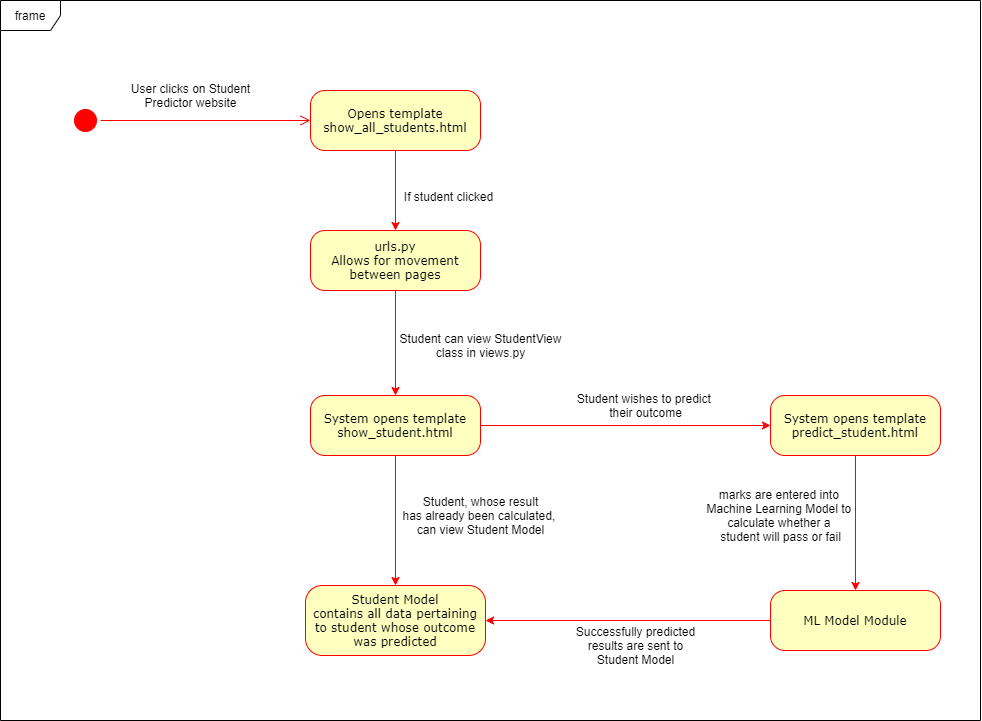
Earlier version of the draw.io export wiki/images/StateDiagram.png (NicMuir/Software_Design_Project-2020). Source tidied: cells renumbered, new cells last; positions are measured from the earlier drawing's top-left corner, leaving out a move shared by most shapes.
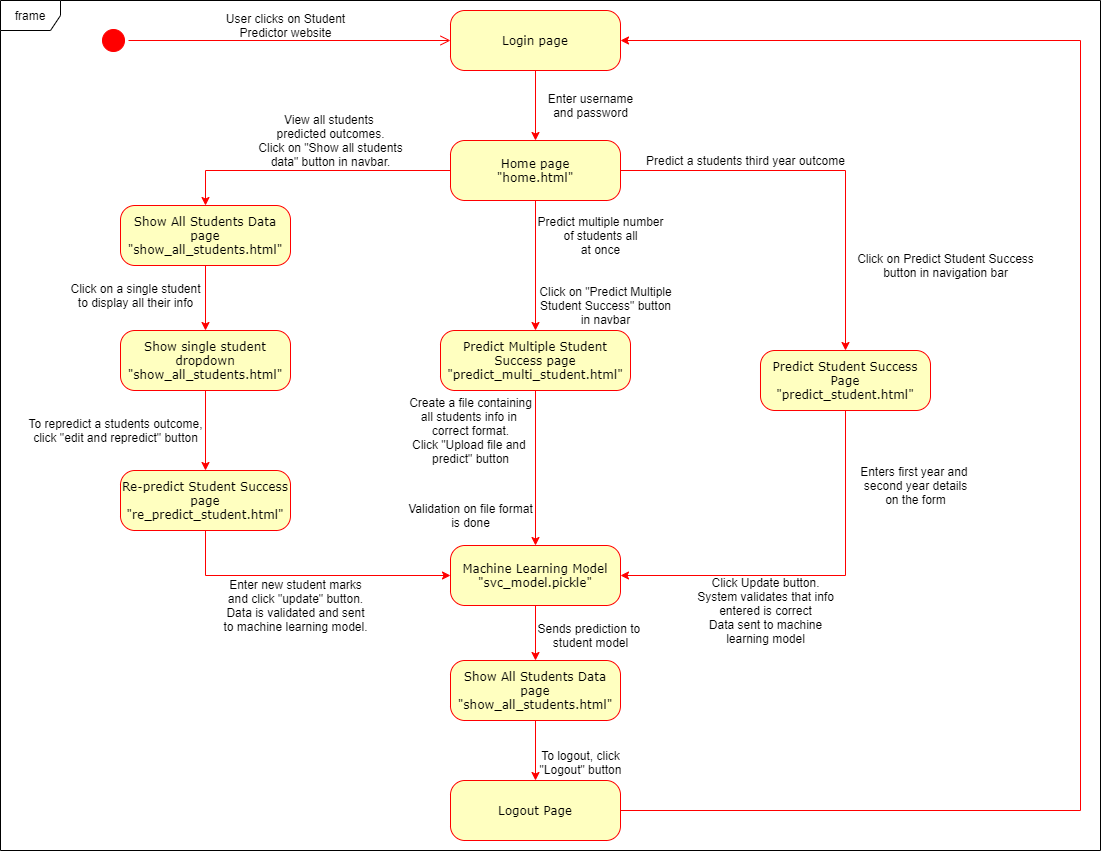
Above is the later version.

Change to the diagram source:
```diff
@@ -3,70 +3,132 @@
     <mxCell id="0" />
     <mxCell id="1" parent="0" />
     <mxCell id="2" style="ellipse;html=1;shape=startState;fillColor=#FF0000;strokeColor=#ff0000;rounded=1;shadow=0;comic=0;labelBackgroundColor=none;fontFamily=Verdana;fontSize=12;fontColor=#000000;align=center;direction=south;" parent="1" vertex="1">
-      <mxGeometry x="70" y="105" width="30" height="30" as="geometry" />
+      <mxGeometry x="38" y="-5" width="30" height="30" as="geometry" />
     </mxCell>
     <mxCell id="3" style="edgeStyle=orthogonalEdgeStyle;rounded=0;jettySize=auto;html=1;strokeColor=#FF0000;" parent="1" edge="1" source="4" target="7">
       <mxGeometry relative="1" as="geometry" />
     </mxCell>
-    <mxCell id="4" value="Opens template&lt;br&gt;show_all_students.html" style="rounded=1;whiteSpace=wrap;html=1;arcSize=24;fillColor=#ffffc0;strokeColor=#ff0000;shadow=0;comic=0;labelBackgroundColor=none;fontFamily=Verdana;fontSize=12;fontColor=#000000;align=center;" parent="1" vertex="1">
-      <mxGeometry x="310" y="90" width="170" height="60" as="geometry" />
+    <mxCell id="4" value="Login page" style="rounded=1;whiteSpace=wrap;html=1;arcSize=24;fillColor=#ffffc0;strokeColor=#ff0000;shadow=0;comic=0;labelBackgroundColor=none;fontFamily=Verdana;fontSize=12;fontColor=#000000;align=center;" parent="1" vertex="1">
+      <mxGeometry x="390" y="-20" width="170" height="60" as="geometry" />
     </mxCell>
-    <mxCell id="5" style="edgeStyle=orthogonalEdgeStyle;rounded=0;jettySize=auto;html=1;strokeColor=#FF0000;" parent="1" edge="1" source="7" target="13">
-      <mxGeometry relative="1" as="geometry" />
-    </mxCell>
-    <mxCell id="6" style="edgeStyle=orthogonalEdgeStyle;rounded=0;jettySize=auto;html=1;startArrow=none;startFill=0;strokeColor=#FF0000;entryX=0;entryY=0.5;entryDx=0;entryDy=0;exitX=1;exitY=0.5;exitDx=0;exitDy=0;" parent="1" edge="1" source="13" target="9">
-      <mxGeometry relative="1" as="geometry" />
-    </mxCell>
+    <mxCell id="24" style="edgeStyle=orthogonalEdgeStyle;rounded=0;jettySize=auto;html=1;strokeColor=#FF0000;" parent="1" edge="1" source="7" target="29">
+      <mxGeometry relative="1" as="geometry" />
+    </mxCell>
+    <mxCell id="25" style="edgeStyle=orthogonalEdgeStyle;rounded=0;jettySize=auto;html=1;strokeColor=#FF0000;" parent="1" edge="1" source="7" target="27">
+      <mxGeometry relative="1" as="geometry" />
+    </mxCell>
-    <mxCell id="7" value="urls.py&lt;br&gt;Allows for movement between pages" style="rounded=1;whiteSpace=wrap;html=1;arcSize=24;fillColor=#ffffc0;strokeColor=#ff0000;shadow=0;comic=0;labelBackgroundColor=none;fontFamily=Verdana;fontSize=12;fontColor=#000000;align=center;" parent="1" vertex="1">
-      <mxGeometry x="310" y="230" width="170" height="60" as="geometry" />
+    <mxCell id="7" value="Home page&lt;br&gt;&quot;home.html&quot;" style="rounded=1;whiteSpace=wrap;html=1;arcSize=24;fillColor=#ffffc0;strokeColor=#ff0000;shadow=0;comic=0;labelBackgroundColor=none;fontFamily=Verdana;fontSize=12;fontColor=#000000;align=center;" parent="1" vertex="1">
+      <mxGeometry x="390" y="110" width="170" height="60" as="geometry" />
     </mxCell>
-    <mxCell id="8" style="edgeStyle=orthogonalEdgeStyle;rounded=0;jettySize=auto;html=1;startArrow=none;startFill=0;strokeColor=#FF0000;" parent="1" edge="1" source="9" target="11">
-      <mxGeometry relative="1" as="geometry" />
-    </mxCell>
-    <mxCell id="9" value="System opens template&lt;br&gt;predict_student.html" style="rounded=1;whiteSpace=wrap;html=1;arcSize=24;fillColor=#ffffc0;strokeColor=#ff0000;shadow=0;comic=0;labelBackgroundColor=none;fontFamily=Verdana;fontSize=12;fontColor=#000000;align=center;" parent="1" vertex="1">
-      <mxGeometry x="770" y="395" width="170" height="60" as="geometry" />
-    </mxCell>
-    <mxCell id="10" style="edgeStyle=orthogonalEdgeStyle;rounded=0;jettySize=auto;html=1;entryX=1;entryY=0.5;entryDx=0;entryDy=0;startArrow=none;startFill=0;strokeColor=#FF0000;" parent="1" edge="1" source="11" target="14">
-      <mxGeometry relative="1" as="geometry" />
-    </mxCell>
-    <mxCell id="11" value="ML Model Module" style="rounded=1;whiteSpace=wrap;html=1;arcSize=24;fillColor=#ffffc0;strokeColor=#ff0000;shadow=0;comic=0;labelBackgroundColor=none;fontFamily=Verdana;fontSize=12;fontColor=#000000;align=center;" parent="1" vertex="1">
-      <mxGeometry x="770" y="590" width="170" height="60" as="geometry" />
-    </mxCell>
-    <mxCell id="12" style="edgeStyle=orthogonalEdgeStyle;rounded=0;jettySize=auto;html=1;strokeColor=#FF0000;startArrow=none;startFill=0;" parent="1" edge="1" source="13" target="14">
-      <mxGeometry relative="1" as="geometry" />
-    </mxCell>
-    <mxCell id="13" value="System opens template&lt;br&gt;show_student.html" style="rounded=1;whiteSpace=wrap;html=1;arcSize=24;fillColor=#ffffc0;strokeColor=#ff0000;shadow=0;comic=0;labelBackgroundColor=none;fontFamily=Verdana;fontSize=12;fontColor=#000000;align=center;" parent="1" vertex="1">
-      <mxGeometry x="310" y="395" width="170" height="60" as="geometry" />
-    </mxCell>
-    <mxCell id="14" value="Student Model&lt;br&gt;contains all data pertaining to student whose outcome was predicted" style="rounded=1;whiteSpace=wrap;html=1;arcSize=24;fillColor=#ffffc0;strokeColor=#ff0000;shadow=0;comic=0;labelBackgroundColor=none;fontFamily=Verdana;fontSize=12;fontColor=#000000;align=center;" parent="1" vertex="1">
-      <mxGeometry x="305" y="585" width="180" height="70" as="geometry" />
-    </mxCell>
+    <mxCell id="26" style="edgeStyle=orthogonalEdgeStyle;rounded=0;jettySize=auto;html=1;exitX=0.5;exitY=1;exitDx=0;exitDy=0;entryX=0.5;entryY=0;entryDx=0;entryDy=0;strokeColor=#FF0000;" parent="1" edge="1" source="27" target="37">
+      <mxGeometry relative="1" as="geometry" />
+    </mxCell>
+    <mxCell id="27" value="Predict Multiple Student Success page&lt;br&gt;&quot;predict_multi_student.html&quot;" style="rounded=1;whiteSpace=wrap;html=1;arcSize=24;fillColor=#ffffc0;strokeColor=#ff0000;shadow=0;comic=0;labelBackgroundColor=none;fontFamily=Verdana;fontSize=12;fontColor=#000000;align=center;" parent="1" vertex="1">
+      <mxGeometry x="380" y="300" width="190" height="60" as="geometry" />
+    </mxCell>
+    <mxCell id="28" style="edgeStyle=orthogonalEdgeStyle;rounded=0;jettySize=auto;html=1;strokeColor=#FF0000;" parent="1" edge="1" source="29" target="31">
+      <mxGeometry relative="1" as="geometry" />
+    </mxCell>
+    <mxCell id="29" value="Show All Students Data page&lt;br&gt;&quot;show_all_students.html&quot;" style="rounded=1;whiteSpace=wrap;html=1;arcSize=24;fillColor=#ffffc0;strokeColor=#ff0000;shadow=0;comic=0;labelBackgroundColor=none;fontFamily=Verdana;fontSize=12;fontColor=#000000;align=center;" parent="1" vertex="1">
+      <mxGeometry x="60" y="175" width="170" height="60" as="geometry" />
+    </mxCell>
+    <mxCell id="30" style="edgeStyle=orthogonalEdgeStyle;rounded=0;jettySize=auto;html=1;strokeColor=#FF0000;" parent="1" edge="1" source="31" target="33">
+      <mxGeometry relative="1" as="geometry" />
+    </mxCell>
+    <mxCell id="31" value="Show single student&lt;br&gt;dropdown&lt;br&gt;&quot;show_all_students.html&quot;" style="rounded=1;whiteSpace=wrap;html=1;arcSize=24;fillColor=#ffffc0;strokeColor=#ff0000;shadow=0;comic=0;labelBackgroundColor=none;fontFamily=Verdana;fontSize=12;fontColor=#000000;align=center;" parent="1" vertex="1">
+      <mxGeometry x="60" y="300" width="170" height="60" as="geometry" />
+    </mxCell>
+    <mxCell id="32" style="edgeStyle=orthogonalEdgeStyle;rounded=0;jettySize=auto;html=1;entryX=0;entryY=0.5;entryDx=0;entryDy=0;exitX=0.5;exitY=1;exitDx=0;exitDy=0;strokeColor=#FF0000;" parent="1" edge="1" source="33" target="37">
+      <mxGeometry relative="1" as="geometry" />
+    </mxCell>
+    <mxCell id="33" value="Re-predict Student Success page&lt;br&gt;&quot;re_predict_student.html&quot;" style="rounded=1;whiteSpace=wrap;html=1;arcSize=24;fillColor=#ffffc0;strokeColor=#ff0000;shadow=0;comic=0;labelBackgroundColor=none;fontFamily=Verdana;fontSize=12;fontColor=#000000;align=center;" parent="1" vertex="1">
+      <mxGeometry x="60" y="440" width="170" height="60" as="geometry" />
+    </mxCell>
     <mxCell id="15" style="edgeStyle=orthogonalEdgeStyle;html=1;labelBackgroundColor=none;endArrow=open;endSize=8;strokeColor=#ff0000;fontFamily=Verdana;fontSize=12;align=left;" parent="1" edge="1" source="2" target="4">
       <mxGeometry relative="1" as="geometry" />
     </mxCell>
     <mxCell id="16" value="User clicks on Student&lt;br&gt;Predictor website" style="text;html=1;align=center;verticalAlign=middle;" parent="1" vertex="1">
-      <mxGeometry x="125" y="80" width="130" height="30" as="geometry" />
+      <mxGeometry x="160" y="-20" width="130" height="30" as="geometry" />
     </mxCell>
-    <mxCell id="17" value="If student clicked" style="text;html=1;align=center;verticalAlign=middle;" parent="1" vertex="1">
-      <mxGeometry x="398" y="186" width="100" height="20" as="geometry" />
+    <mxCell id="17" value="Enter username&lt;br&gt;and password" style="text;html=1;align=center;verticalAlign=middle;" parent="1" vertex="1">
+      <mxGeometry x="480" y="60" width="100" height="30" as="geometry" />
     </mxCell>
-    <mxCell id="18" value="Student can view StudentView&lt;br&gt;class in views.py" style="text;html=1;align=center;verticalAlign=middle;" parent="1" vertex="1">
-      <mxGeometry x="390" y="330" width="180" height="30" as="geometry" />
-    </mxCell>
-    <mxCell id="19" value="Student, whose result&lt;br&gt;has already been calculated, &lt;br&gt;can view Student Model" style="text;html=1;align=center;verticalAlign=middle;" parent="1" vertex="1">
-      <mxGeometry x="395" y="490" width="170" height="50" as="geometry" />
-    </mxCell>
-    <mxCell id="20" value="Student wishes to predict&amp;nbsp;&lt;br&gt;their outcome" style="text;html=1;align=center;verticalAlign=middle;" parent="1" vertex="1">
-      <mxGeometry x="570" y="390" width="150" height="30" as="geometry" />
+    <mxCell id="20" value="Predict a students third year outcome" style="text;html=1;align=center;verticalAlign=middle;" parent="1" vertex="1">
+      <mxGeometry x="580" y="120" width="210" height="20" as="geometry" />
     </mxCell>
-    <mxCell id="21" value="marks are entered into &lt;br&gt;Machine Learning Model to &lt;br&gt;calculate whether a &lt;br&gt;student will pass or fail" style="text;html=1;align=center;verticalAlign=middle;" parent="1" vertex="1">
-      <mxGeometry x="700" y="485" width="160" height="60" as="geometry" />
-    </mxCell>
-    <mxCell id="22" value="Successfully predicted&lt;br&gt;results are sent to&lt;br&gt;Student Model" style="text;html=1;align=center;verticalAlign=middle;" parent="1" vertex="1">
-      <mxGeometry x="570" y="620" width="130" height="50" as="geometry" />
-    </mxCell>
+    <mxCell id="34" style="edgeStyle=orthogonalEdgeStyle;rounded=0;jettySize=auto;html=1;exitX=0.5;exitY=1;exitDx=0;exitDy=0;entryX=1;entryY=0.5;entryDx=0;entryDy=0;strokeColor=#FF0000;" parent="1" edge="1" source="35" target="37">
+      <mxGeometry relative="1" as="geometry" />
+    </mxCell>
+    <mxCell id="35" value="Predict Student Success Page&lt;br&gt;&quot;predict_student.html&quot;" style="rounded=1;whiteSpace=wrap;html=1;arcSize=24;fillColor=#ffffc0;strokeColor=#ff0000;shadow=0;comic=0;labelBackgroundColor=none;fontFamily=Verdana;fontSize=12;fontColor=#000000;align=center;" parent="1" vertex="1">
+      <mxGeometry x="700" y="320" width="170" height="60" as="geometry" />
+    </mxCell>
+    <mxCell id="36" style="edgeStyle=orthogonalEdgeStyle;rounded=0;jettySize=auto;html=1;exitX=0.5;exitY=1;exitDx=0;exitDy=0;strokeColor=#FF0000;" parent="1" edge="1" source="37" target="39">
+      <mxGeometry relative="1" as="geometry" />
+    </mxCell>
+    <mxCell id="37" value="Machine Learning Model&lt;br&gt;&quot;svc_model.pickle&quot;&lt;br&gt;" style="rounded=1;whiteSpace=wrap;html=1;arcSize=24;fillColor=#ffffc0;strokeColor=#ff0000;shadow=0;comic=0;labelBackgroundColor=none;fontFamily=Verdana;fontSize=12;fontColor=#000000;align=center;" parent="1" vertex="1">
+      <mxGeometry x="390" y="515" width="170" height="60" as="geometry" />
+    </mxCell>
+    <mxCell id="38" style="edgeStyle=orthogonalEdgeStyle;rounded=0;jettySize=auto;html=1;strokeColor=#FF0000;" parent="1" edge="1" source="39" target="41">
+      <mxGeometry relative="1" as="geometry" />
+    </mxCell>
+    <mxCell id="39" value="Show All Students Data page&lt;br&gt;&quot;show_all_students.html&quot;" style="rounded=1;whiteSpace=wrap;html=1;arcSize=24;fillColor=#ffffc0;strokeColor=#ff0000;shadow=0;comic=0;labelBackgroundColor=none;fontFamily=Verdana;fontSize=12;fontColor=#000000;align=center;" parent="1" vertex="1">
+      <mxGeometry x="390" y="630" width="170" height="60" as="geometry" />
+    </mxCell>
+    <mxCell id="40" style="edgeStyle=orthogonalEdgeStyle;rounded=0;jettySize=auto;html=1;exitX=1;exitY=0.5;exitDx=0;exitDy=0;entryX=1;entryY=0.5;entryDx=0;entryDy=0;strokeColor=#FF0000;" parent="1" edge="1" source="41" target="4">
+      <mxGeometry relative="1" as="geometry">
+        <Array as="points">
+          <mxPoint x="1020" y="780" />
+          <mxPoint x="1020" y="10" />
+        </Array>
+      </mxGeometry>
+    </mxCell>
+    <mxCell id="41" value="Logout Page" style="rounded=1;whiteSpace=wrap;html=1;arcSize=24;fillColor=#ffffc0;strokeColor=#ff0000;shadow=0;comic=0;labelBackgroundColor=none;fontFamily=Verdana;fontSize=12;fontColor=#000000;align=center;" parent="1" vertex="1">
+      <mxGeometry x="390" y="750" width="170" height="60" as="geometry" />
+    </mxCell>
+    <mxCell id="42" style="edgeStyle=orthogonalEdgeStyle;rounded=0;jettySize=auto;html=1;strokeColor=#FF0000;entryX=0.5;entryY=0;entryDx=0;entryDy=0;exitX=1;exitY=0.5;exitDx=0;exitDy=0;" parent="1" edge="1" source="7" target="35">
+      <mxGeometry relative="1" as="geometry" />
+    </mxCell>
+    <mxCell id="43" value="Click on Predict Student Success&lt;br&gt;button in navigation bar" style="text;html=1;align=center;verticalAlign=middle;" parent="1" vertex="1">
+      <mxGeometry x="790" y="220" width="190" height="30" as="geometry" />
+    </mxCell>
+    <mxCell id="44" value="Enters first year and&amp;nbsp;&lt;br&gt;second year details&lt;br&gt;on the form" style="text;html=1;align=center;verticalAlign=middle;" parent="1" vertex="1">
+      <mxGeometry x="790" y="430" width="130" height="50" as="geometry" />
+    </mxCell>
+    <mxCell id="45" value="Sends prediction to &lt;br&gt;student model" style="text;html=1;align=center;verticalAlign=middle;" parent="1" vertex="1">
+      <mxGeometry x="470" y="590" width="120" height="30" as="geometry" />
+    </mxCell>
+    <mxCell id="46" value="View all students&amp;nbsp;&lt;br&gt;predicted outcomes.&lt;br&gt;Click on &quot;Show all students&lt;br&gt;data&quot; button in navbar." style="text;html=1;align=center;verticalAlign=middle;" parent="1" vertex="1">
+      <mxGeometry x="190" y="80" width="160" height="60" as="geometry" />
+    </mxCell>
+    <mxCell id="47" value="Click on a single student&lt;br&gt;to display all their info" style="text;html=1;align=center;verticalAlign=middle;" parent="1" vertex="1">
+      <mxGeometry y="250" width="150" height="30" as="geometry" />
+    </mxCell>
+    <mxCell id="48" value="To repredict a students outcome,&lt;br&gt;click &quot;edit and repredict&quot; button" style="text;html=1;align=center;verticalAlign=middle;" parent="1" vertex="1">
+      <mxGeometry x="-40" y="385" width="190" height="30" as="geometry" />
+    </mxCell>
+    <mxCell id="49" value="Enter new student marks&lt;br&gt;and click &quot;update&quot; button.&lt;br&gt;Data is validated and sent&lt;br&gt;to machine learning model." style="text;html=1;align=center;verticalAlign=middle;" parent="1" vertex="1">
+      <mxGeometry x="155" y="545" width="160" height="60" as="geometry" />
+    </mxCell>
+    <mxCell id="50" value="Predict multiple number&lt;br&gt;of students all&lt;br&gt;at once" style="text;html=1;align=center;verticalAlign=middle;" parent="1" vertex="1">
+      <mxGeometry x="470" y="180" width="140" height="50" as="geometry" />
+    </mxCell>
+    <mxCell id="51" value="Create a file containing&lt;br&gt;all students info in&amp;nbsp;&lt;br&gt;correct format.&lt;br&gt;Click &quot;Upload file and&amp;nbsp;&lt;br&gt;predict&quot; button" style="text;html=1;align=center;verticalAlign=middle;" parent="1" vertex="1">
+      <mxGeometry x="340" y="360" width="140" height="80" as="geometry" />
+    </mxCell>
+    <mxCell id="52" value="Validation on file format&lt;br&gt;is done" style="text;html=1;align=center;verticalAlign=middle;" parent="1" vertex="1">
+      <mxGeometry x="340" y="470" width="140" height="30" as="geometry" />
+    </mxCell>
+    <mxCell id="53" value="Click Update button.&lt;br&gt;System validates that info&lt;br&gt;entered is correct&lt;br&gt;Data sent to machine&lt;br&gt;learning model" style="text;html=1;align=center;verticalAlign=middle;" parent="1" vertex="1">
+      <mxGeometry x="630" y="540" width="150" height="80" as="geometry" />
+    </mxCell>
+    <mxCell id="54" value="Click on &quot;Predict Multiple&lt;br&gt;Student Success&quot; button&lt;br&gt;in navbar" style="text;html=1;align=center;verticalAlign=middle;" parent="1" vertex="1">
+      <mxGeometry x="470" y="250" width="150" height="50" as="geometry" />
+    </mxCell>
+    <mxCell id="55" value="To logout, click&lt;br&gt;&quot;Logout&quot; button" style="text;html=1;align=center;verticalAlign=middle;" parent="1" vertex="1">
+      <mxGeometry x="470" y="717" width="100" height="30" as="geometry" />
+    </mxCell>
-    <mxCell id="23" value="frame" style="shape=umlFrame;whiteSpace=wrap;html=1;fillColor=#FFFFFF;" parent="1" vertex="1">
-      <mxGeometry width="980" height="720" as="geometry" />
+    <mxCell id="23" value="frame" style="shape=umlFrame;whiteSpace=wrap;html=1;" parent="1" vertex="1">
+      <mxGeometry x="-60" y="-30" width="1100" height="850" as="geometry" />
     </mxCell>
   </root>
 </mxGraphModel>
```
